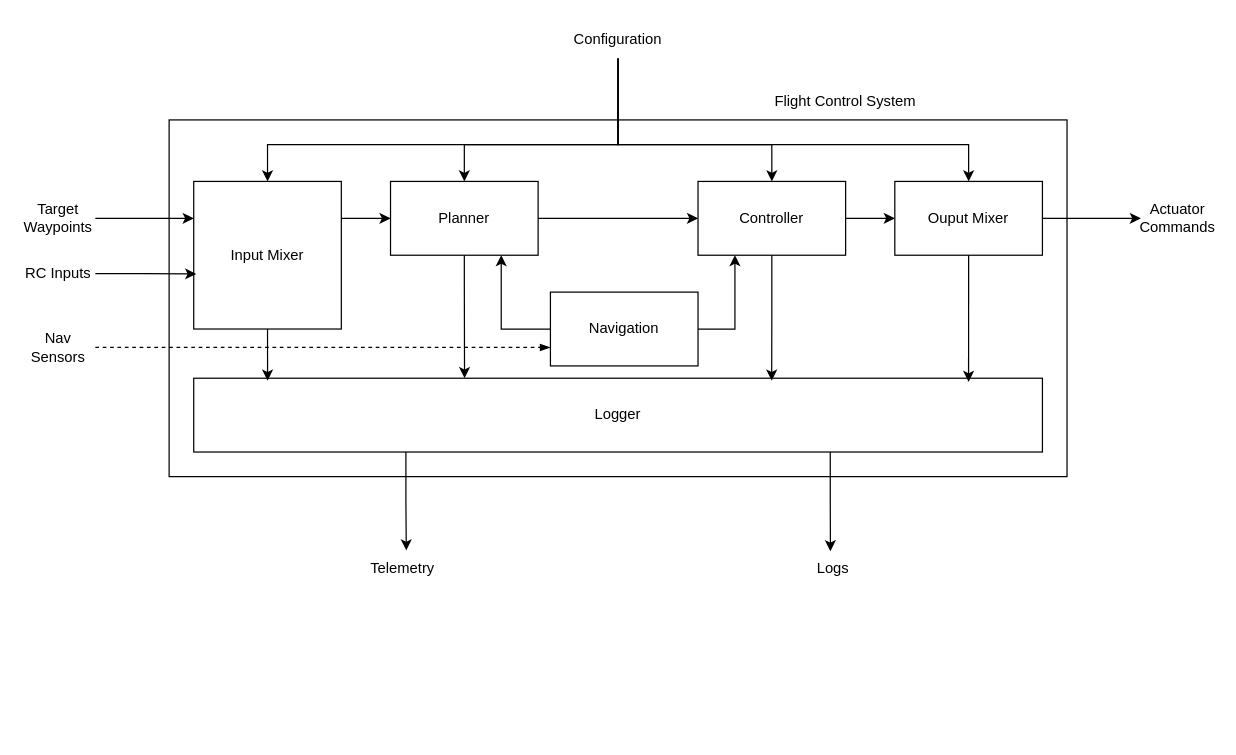
Above: functionalDiagram.drawio in tonniewhood/SpecDoc (draw.io), before the change. Source tidied: cells renumbered, new cells numbered last; positions are measured from the earlier drawing's top-left corner, leaving out a move shared by most shapes. Both pictures are drawn from the tidied source at 123%, with x=0, y=0 at pixel (21, 21).
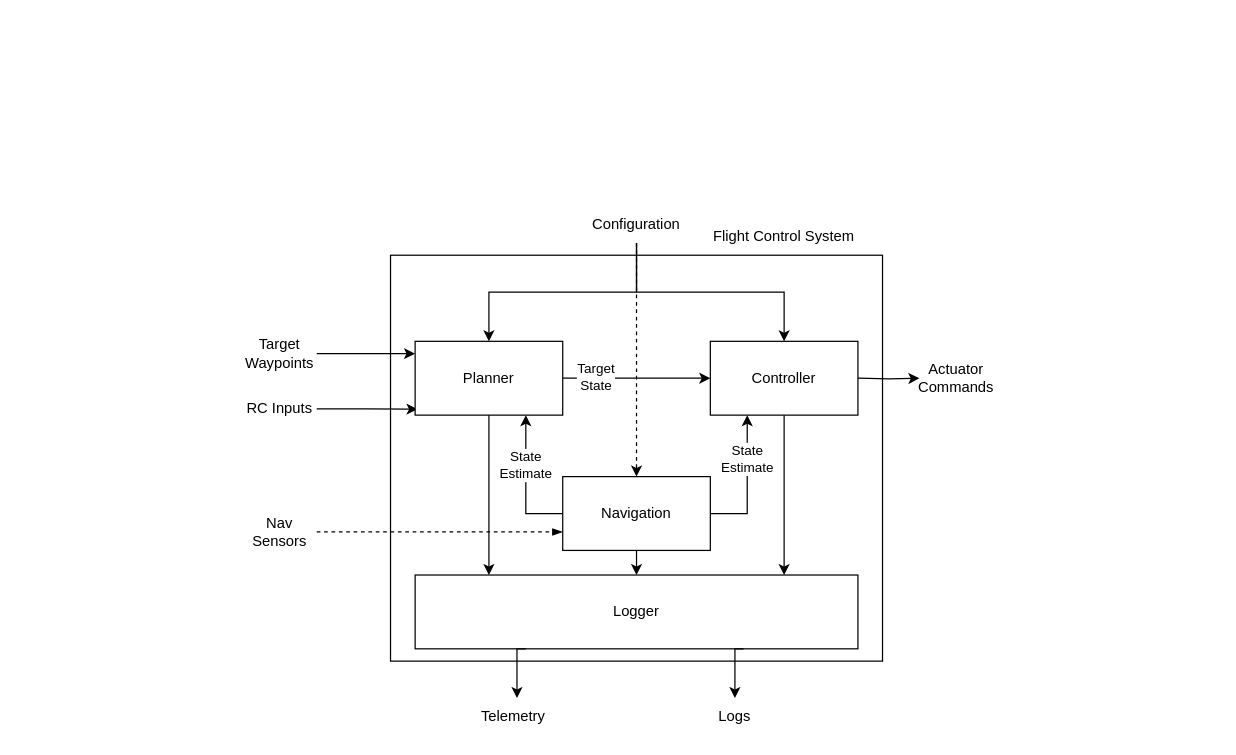
The same page after the edit.

Commit message (it also covers changes not shown here):
Update functional diagram

The change refers to these unchanged cells:
```xml
<mxCell id="5" style="edgeStyle=orthogonalEdgeStyle;rounded=0;jettySize=auto;html=1;exitX=0;exitY=0.5;exitDx=0;exitDy=0;entryX=0.75;entryY=1;entryDx=0;entryDy=0;" parent="1" edge="1" source="7" target="9">
  <mxGeometry relative="1" as="geometry" />
</mxCell>
<mxCell id="6" style="edgeStyle=orthogonalEdgeStyle;rounded=0;jettySize=auto;html=1;exitX=1;exitY=0.5;exitDx=0;exitDy=0;entryX=0.25;entryY=1;entryDx=0;entryDy=0;" parent="1" edge="1" source="7" target="11">
  <mxGeometry relative="1" as="geometry" />
</mxCell>
<mxCell id="8" style="edgeStyle=orthogonalEdgeStyle;rounded=0;jettySize=auto;html=1;exitX=1;exitY=0.5;exitDx=0;exitDy=0;entryX=0;entryY=0.5;entryDx=0;entryDy=0;" parent="1" edge="1" source="9" target="11">
  <mxGeometry relative="1" as="geometry" />
</mxCell>
```

Change to the diagram source:
```diff
@@
     <mxCell id="2" style="rounded=0;whiteSpace=wrap;html=1;" parent="1" vertex="1">
-      <mxGeometry x="120" y="80" width="730" height="290" as="geometry" />
+      <mxGeometry x="300" y="190" width="400" height="330" as="geometry" />
     </mxCell>
-    <mxCell id="3" style="edgeStyle=orthogonalEdgeStyle;rounded=0;jettySize=auto;html=1;exitX=1;exitY=0.25;exitDx=0;exitDy=0;entryX=0;entryY=0.5;entryDx=0;entryDy=0;" parent="1" edge="1" source="4" target="9">
-      <mxGeometry relative="1" as="geometry" />
-    </mxCell>
-    <mxCell id="4" value="Input Mixer" style="rounded=0;whiteSpace=wrap;html=1;" parent="1" vertex="1">
-      <mxGeometry x="140" y="130" width="120" height="120" as="geometry" />
-    </mxCell>
@@
+    <mxCell id="36" value="State&lt;div&gt;Estimate&lt;/div&gt;" style="edgeLabel;html=1;align=center;verticalAlign=middle;" parent="5" vertex="1">
+      <mxGeometry x="0.51" y="1" relative="1" as="geometry">
+        <mxPoint y="13" as="offset" />
+      </mxGeometry>
+    </mxCell>
@@
+    <mxCell id="37" value="State&lt;div&gt;Estimate&lt;/div&gt;" style="edgeLabel;html=1;align=center;verticalAlign=middle;" parent="6" vertex="1">
+      <mxGeometry x="0.41" y="1" relative="1" as="geometry">
+        <mxPoint y="3" as="offset" />
+      </mxGeometry>
+    </mxCell>
+    <mxCell id="38" style="edgeStyle=orthogonalEdgeStyle;rounded=0;jettySize=auto;html=1;exitX=0.5;exitY=1;exitDx=0;exitDy=0;entryX=0.5;entryY=0;entryDx=0;entryDy=0;" parent="1" edge="1" source="7" target="15">
+      <mxGeometry relative="1" as="geometry" />
+    </mxCell>
     <mxCell id="7" value="Navigation" style="rounded=0;whiteSpace=wrap;html=1;" parent="1" vertex="1">
-      <mxGeometry x="430" y="220" width="120" height="60" as="geometry" />
+      <mxGeometry x="440" y="370" width="120" height="60" as="geometry" />
     </mxCell>
@@
-    <mxCell id="9" value="Planner" style="rounded=0;whiteSpace=wrap;html=1;" parent="1" vertex="1">
-      <mxGeometry x="300" y="130" width="120" height="60" as="geometry" />
-    </mxCell>
-    <mxCell id="10" style="edgeStyle=orthogonalEdgeStyle;rounded=0;jettySize=auto;html=1;exitX=1;exitY=0.5;exitDx=0;exitDy=0;entryX=0;entryY=0.5;entryDx=0;entryDy=0;" parent="1" edge="1" source="11" target="13">
-      <mxGeometry relative="1" as="geometry" />
-    </mxCell>
+    <mxCell id="39" value="Target&lt;div&gt;State&lt;/div&gt;" style="edgeLabel;html=1;align=center;verticalAlign=middle;" parent="8" vertex="1">
+      <mxGeometry x="-0.57" y="2" relative="1" as="geometry" />
+    </mxCell>
     <mxCell id="11" value="Controller" style="rounded=0;whiteSpace=wrap;html=1;" parent="1" vertex="1">
-      <mxGeometry x="550" y="130" width="120" height="60" as="geometry" />
+      <mxGeometry x="560" y="260" width="120" height="60" as="geometry" />
     </mxCell>
-    <mxCell id="12" style="edgeStyle=orthogonalEdgeStyle;rounded=0;jettySize=auto;html=1;exitX=1;exitY=0.5;exitDx=0;exitDy=0;entryX=0;entryY=0.5;entryDx=0;entryDy=0;" parent="1" edge="1" source="13" target="20">
-      <mxGeometry relative="1" as="geometry" />
+    <mxCell id="12" style="edgeStyle=orthogonalEdgeStyle;rounded=0;jettySize=auto;html=1;exitX=1;exitY=0.5;exitDx=0;exitDy=0;entryX=0;entryY=0.5;entryDx=0;entryDy=0;" parent="1" edge="1" target="20">
+      <mxGeometry relative="1" as="geometry">
+        <mxPoint x="680" y="290" as="sourcePoint" />
+      </mxGeometry>
     </mxCell>
-    <mxCell id="13" value="Ouput Mixer" style="rounded=0;whiteSpace=wrap;html=1;" parent="1" vertex="1">
-      <mxGeometry x="710" y="130" width="120" height="60" as="geometry" />
-    </mxCell>
-    <mxCell id="14" style="edgeStyle=orthogonalEdgeStyle;rounded=0;jettySize=auto;html=1;exitX=0.75;exitY=1;exitDx=0;exitDy=0;entryX=0.461;entryY=0.022;entryDx=0;entryDy=0;entryPerimeter=0;" parent="1" edge="1" source="15" target="32">
-      <mxGeometry relative="1" as="geometry" />
-    </mxCell>
     <mxCell id="15" value="Logger" style="rounded=0;whiteSpace=wrap;html=1;" parent="1" vertex="1">
-      <mxGeometry x="140" y="290" width="690" height="60" as="geometry" />
+      <mxGeometry x="320" y="450" width="360" height="60" as="geometry" />
     </mxCell>
-    <mxCell id="16" style="edgeStyle=orthogonalEdgeStyle;rounded=0;jettySize=auto;html=1;exitX=0.5;exitY=1;exitDx=0;exitDy=0;entryX=0.913;entryY=0.05;entryDx=0;entryDy=0;entryPerimeter=0;" parent="1" edge="1" source="13" target="15">
-      <mxGeometry relative="1" as="geometry" />
-    </mxCell>
-    <mxCell id="17" style="edgeStyle=orthogonalEdgeStyle;rounded=0;jettySize=auto;html=1;exitX=0.5;exitY=1;exitDx=0;exitDy=0;entryX=0.681;entryY=0.033;entryDx=0;entryDy=0;entryPerimeter=0;" parent="1" edge="1" source="11" target="15">
-      <mxGeometry relative="1" as="geometry" />
-    </mxCell>
-    <mxCell id="18" style="edgeStyle=orthogonalEdgeStyle;rounded=0;jettySize=auto;html=1;exitX=0.5;exitY=1;exitDx=0;exitDy=0;entryX=0.329;entryY=0.724;entryDx=0;entryDy=0;entryPerimeter=0;" parent="1" edge="1" source="9" target="2">
-      <mxGeometry relative="1" as="geometry" />
-    </mxCell>
-    <mxCell id="19" style="edgeStyle=orthogonalEdgeStyle;rounded=0;jettySize=auto;html=1;exitX=0.5;exitY=1;exitDx=0;exitDy=0;entryX=0.087;entryY=0.033;entryDx=0;entryDy=0;entryPerimeter=0;" parent="1" edge="1" source="4" target="15">
-      <mxGeometry relative="1" as="geometry" />
-    </mxCell>
     <mxCell id="20" value="Actuator Commands" style="text;html=1;align=center;verticalAlign=middle;whiteSpace=wrap;rounded=0;" parent="1" vertex="1">
-      <mxGeometry x="910" y="145" width="60" height="30" as="geometry" />
+      <mxGeometry x="730" y="275" width="60" height="30" as="geometry" />
     </mxCell>
-    <mxCell id="21" style="edgeStyle=orthogonalEdgeStyle;rounded=0;jettySize=auto;html=1;exitX=1;exitY=0.5;exitDx=0;exitDy=0;entryX=0;entryY=0.25;entryDx=0;entryDy=0;" parent="1" edge="1" source="22" target="4">
-      <mxGeometry relative="1" as="geometry" />
+    <mxCell id="21" style="edgeStyle=orthogonalEdgeStyle;rounded=0;jettySize=auto;html=1;exitX=1;exitY=0.5;exitDx=0;exitDy=0;entryX=0;entryY=0.25;entryDx=0;entryDy=0;" parent="1" edge="1" source="22">
+      <mxGeometry relative="1" as="geometry">
+        <mxPoint x="320" y="270" as="targetPoint" />
+      </mxGeometry>
     </mxCell>
     <mxCell id="22" value="Target Waypoints" style="text;html=1;align=center;verticalAlign=middle;whiteSpace=wrap;rounded=0;" parent="1" vertex="1">
-      <mxGeometry y="145" width="60" height="30" as="geometry" />
+      <mxGeometry x="180" y="255" width="60" height="30" as="geometry" />
     </mxCell>
     <mxCell id="23" value="RC Inputs" style="text;html=1;align=center;verticalAlign=middle;whiteSpace=wrap;rounded=0;" parent="1" vertex="1">
-      <mxGeometry y="190" width="60" height="30" as="geometry" />
+      <mxGeometry x="180" y="300" width="60" height="30" as="geometry" />
     </mxCell>
-    <mxCell id="24" style="edgeStyle=orthogonalEdgeStyle;rounded=0;jettySize=auto;html=1;exitX=1;exitY=0.5;exitDx=0;exitDy=0;entryX=0.017;entryY=0.627;entryDx=0;entryDy=0;entryPerimeter=0;" parent="1" edge="1" source="23" target="4">
-      <mxGeometry relative="1" as="geometry" />
+    <mxCell id="24" style="edgeStyle=orthogonalEdgeStyle;rounded=0;jettySize=auto;html=1;exitX=1;exitY=0.5;exitDx=0;exitDy=0;entryX=0.017;entryY=0.627;entryDx=0;entryDy=0;entryPerimeter=0;" parent="1" edge="1" source="23">
+      <mxGeometry relative="1" as="geometry">
+        <mxPoint x="322" y="315.2" as="targetPoint" />
+      </mxGeometry>
     </mxCell>
-    <mxCell id="25" style="edgeStyle=orthogonalEdgeStyle;rounded=0;jettySize=auto;html=1;exitX=0.5;exitY=1;exitDx=0;exitDy=0;entryX=0.5;entryY=0;entryDx=0;entryDy=0;" parent="1" edge="1" source="29" target="4">
-      <mxGeometry relative="1" as="geometry">
-        <Array as="points">
-          <mxPoint x="485" y="100" />
-          <mxPoint x="200" y="100" />
-        </Array>
-      </mxGeometry>
-    </mxCell>
     <mxCell id="26" style="edgeStyle=orthogonalEdgeStyle;rounded=0;jettySize=auto;html=1;exitX=0.5;exitY=1;exitDx=0;exitDy=0;entryX=0.5;entryY=0;entryDx=0;entryDy=0;" parent="1" edge="1" source="29" target="9">
-      <mxGeometry relative="1" as="geometry">
-        <Array as="points">
-          <mxPoint x="485" y="100" />
-          <mxPoint x="360" y="100" />
-        </Array>
-      </mxGeometry>
+      <mxGeometry relative="1" as="geometry" />
     </mxCell>
-    <mxCell id="27" style="edgeStyle=orthogonalEdgeStyle;rounded=0;jettySize=auto;html=1;exitX=0.5;exitY=1;exitDx=0;exitDy=0;entryX=0.5;entryY=0;entryDx=0;entryDy=0;" parent="1" edge="1" source="29" target="13">
-      <mxGeometry relative="1" as="geometry">
-        <Array as="points">
-          <mxPoint x="485" y="100" />
-          <mxPoint x="770" y="100" />
-        </Array>
-      </mxGeometry>
-    </mxCell>
     <mxCell id="28" style="edgeStyle=orthogonalEdgeStyle;rounded=0;jettySize=auto;html=1;exitX=0.5;exitY=1;exitDx=0;exitDy=0;entryX=0.5;entryY=0;entryDx=0;entryDy=0;" parent="1" edge="1" source="29" target="11">
-      <mxGeometry relative="1" as="geometry">
-        <Array as="points">
-          <mxPoint x="485" y="100" />
-          <mxPoint x="610" y="100" />
-        </Array>
-      </mxGeometry>
+      <mxGeometry relative="1" as="geometry" />
     </mxCell>
     <mxCell id="29" value="Configuration" style="text;html=1;align=center;verticalAlign=middle;whiteSpace=wrap;rounded=0;" parent="1" vertex="1">
-      <mxGeometry x="455" width="60" height="30" as="geometry" />
+      <mxGeometry x="470" y="150" width="60" height="30" as="geometry" />
     </mxCell>
     <mxCell id="30" value="Telemetry" style="text;html=1;align=center;verticalAlign=middle;whiteSpace=wrap;rounded=0;" parent="1" vertex="1">
-      <mxGeometry x="280" y="430" width="60" height="30" as="geometry" />
+      <mxGeometry x="370" y="550" width="60" height="30" as="geometry" />
     </mxCell>
     <mxCell id="31" style="edgeStyle=orthogonalEdgeStyle;rounded=0;jettySize=auto;html=1;exitX=0.25;exitY=1;exitDx=0;exitDy=0;entryX=0.547;entryY=0;entryDx=0;entryDy=0;entryPerimeter=0;" parent="1" edge="1" source="15" target="30">
-      <mxGeometry relative="1" as="geometry" />
+      <mxGeometry relative="1" as="geometry">
+        <Array as="points">
+          <mxPoint x="403" y="510" />
+        </Array>
+      </mxGeometry>
     </mxCell>
     <mxCell id="32" value="Logs" style="text;html=1;align=center;verticalAlign=middle;whiteSpace=wrap;rounded=0;" parent="1" vertex="1">
-      <mxGeometry x="630" y="430" width="60" height="30" as="geometry" />
+      <mxGeometry x="550" y="550" width="60" height="30" as="geometry" />
     </mxCell>
-    <mxCell id="33" style="endArrow=blockThin;dashed=1;html=1;rounded=0;entryX=0;entryY=0.75;entryDx=0;entryDy=0;endFill=1;" parent="1" edge="1" target="7">
-      <mxGeometry relative="1" as="geometry">
-        <mxPoint x="60" y="265" as="sourcePoint" />
-      </mxGeometry>
+    <mxCell id="33" style="endArrow=blockThin;dashed=1;html=1;rounded=0;entryX=0;entryY=0.75;entryDx=0;entryDy=0;endFill=1;exitX=1;exitY=0.5;exitDx=0;exitDy=0;" parent="1" edge="1" source="34" target="7">
+      <mxGeometry relative="1" as="geometry" />
     </mxCell>
     <mxCell id="34" value="Nav Sensors" style="text;html=1;align=center;verticalAlign=middle;whiteSpace=wrap;rounded=0;" parent="1" vertex="1">
-      <mxGeometry y="250" width="60" height="30" as="geometry" />
+      <mxGeometry x="180" y="400" width="60" height="30" as="geometry" />
     </mxCell>
     <mxCell id="35" value="Flight Control System" style="text;html=1;align=center;verticalAlign=middle;whiteSpace=wrap;rounded=0;" parent="1" vertex="1">
-      <mxGeometry x="600" y="50" width="140" height="30" as="geometry" />
+      <mxGeometry x="550" y="160" width="140" height="30" as="geometry" />
     </mxCell>
+    <mxCell id="9" value="Planner" style="rounded=0;whiteSpace=wrap;html=1;" parent="1" vertex="1">
+      <mxGeometry x="320" y="260" width="120" height="60" as="geometry" />
+    </mxCell>
+    <mxCell id="40" style="edgeStyle=orthogonalEdgeStyle;rounded=0;jettySize=auto;html=1;exitX=0.5;exitY=1;exitDx=0;exitDy=0;entryX=0.5;entryY=0;entryDx=0;entryDy=0;dashed=1;" parent="1" edge="1" source="29" target="7">
+      <mxGeometry relative="1" as="geometry" />
+    </mxCell>
+    <mxCell id="41" style="edgeStyle=orthogonalEdgeStyle;rounded=0;jettySize=auto;html=1;exitX=0.5;exitY=1;exitDx=0;exitDy=0;" parent="1" edge="1" source="11">
+      <mxGeometry relative="1" as="geometry">
+        <mxPoint x="620" y="450" as="targetPoint" />
+      </mxGeometry>
+    </mxCell>
+    <mxCell id="42" style="edgeStyle=orthogonalEdgeStyle;rounded=0;jettySize=auto;html=1;exitX=0.5;exitY=1;exitDx=0;exitDy=0;" parent="1" edge="1" source="9">
+      <mxGeometry relative="1" as="geometry">
+        <mxPoint x="380" y="450" as="targetPoint" />
+      </mxGeometry>
+    </mxCell>
+    <mxCell id="43" style="edgeStyle=orthogonalEdgeStyle;rounded=0;orthogonalLoop=1;jettySize=auto;html=1;exitX=0.25;exitY=1;exitDx=0;exitDy=0;entryX=0.547;entryY=0;entryDx=0;entryDy=0;entryPerimeter=0;" parent="1" edge="1">
+      <mxGeometry relative="1" as="geometry">
+        <mxPoint x="587" y="510" as="sourcePoint" />
+        <mxPoint x="580" y="550" as="targetPoint" />
+        <Array as="points">
+          <mxPoint x="580" y="510" />
+        </Array>
+      </mxGeometry>
+    </mxCell>
```
